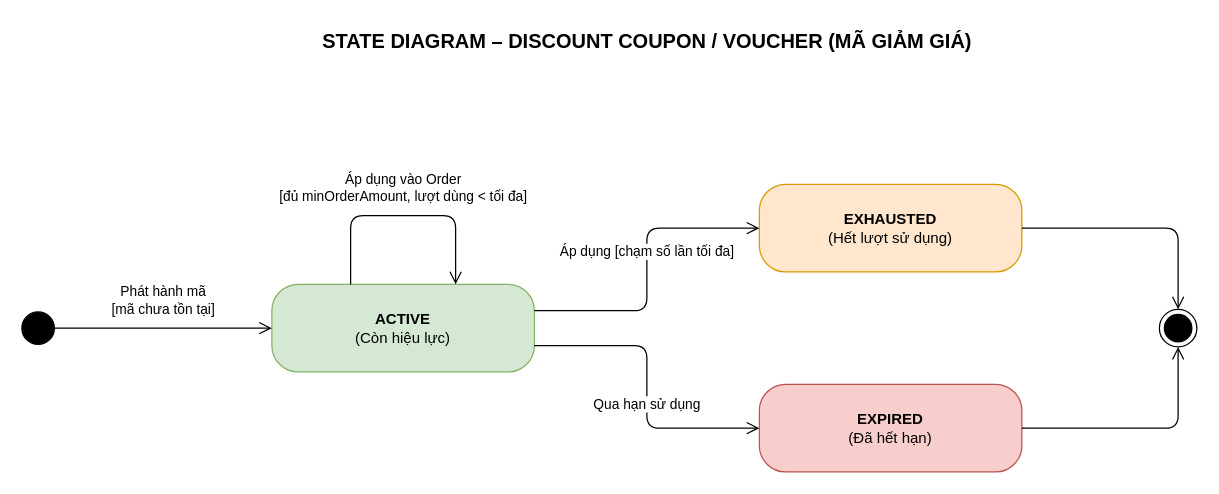
chihai9-dev/quan-ly-nha-sach-ooad keeps this draw.io diagram as docs/diagrams/State diagram/state-discount-coupon.drawio. Above is the earlier version. Source tidied: cells renumbered, new cells numbered last; positions are measured from the earlier drawing's top-left corner, leaving out a move shared by most shapes. Both pictures are drawn from the tidied source at 125%, with x=0, y=0 at pixel (21, 21).
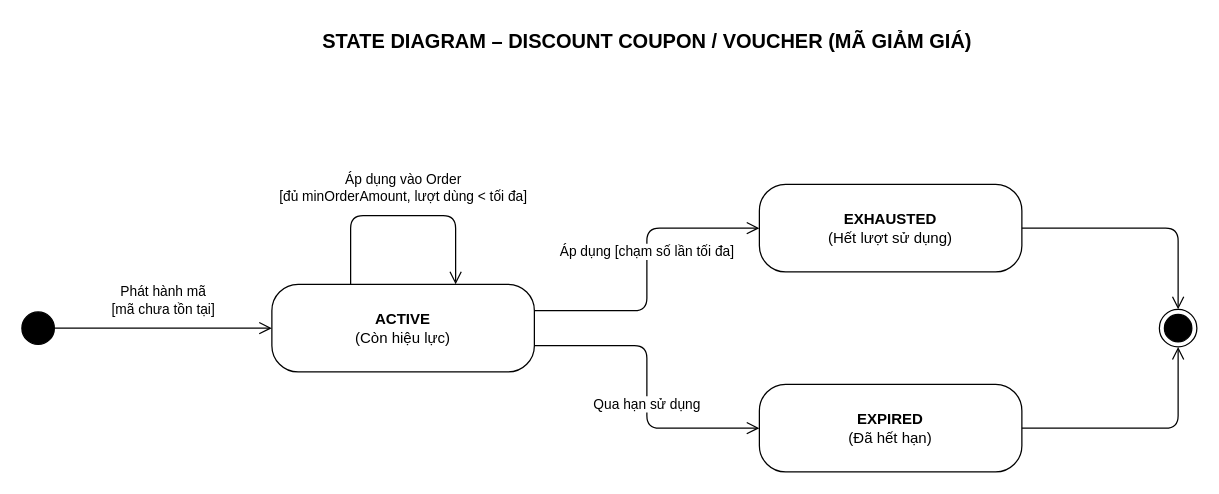
The same page after the edit.

Change to the diagram source:
```diff
@@
 <mxGraphModel>
   <root>
     <mxCell id="0" />
     <mxCell id="1" parent="0" />
     <mxCell id="2" value="&lt;b&gt;STATE DIAGRAM – DISCOUNT COUPON / VOUCHER (MÃ GIẢM GIÁ)&lt;/b&gt;" style="text;html=1;align=center;verticalAlign=middle;fontSize=16;" parent="1" vertex="1">
       <mxGeometry x="150" width="700" height="30" as="geometry" />
     </mxCell>
     <mxCell id="3" style="ellipse;html=1;fillColor=#000000;strokeColor=#000000;" parent="1" vertex="1">
       <mxGeometry y="232" width="26" height="26" as="geometry" />
     </mxCell>
-    <mxCell id="4" value="&lt;b&gt;ACTIVE&lt;/b&gt;&lt;br&gt;(Còn hiệu lực)" style="rounded=1;whiteSpace=wrap;html=1;arcSize=30;fillColor=#d5e8d4;strokeColor=#82b366;" parent="1" vertex="1">
+    <mxCell id="4" value="&lt;b&gt;ACTIVE&lt;/b&gt;&lt;br&gt;(Còn hiệu lực)" style="rounded=1;whiteSpace=wrap;html=1;arcSize=30;fillColor=#ffffff;strokeColor=#000000;" parent="1" vertex="1">
       <mxGeometry x="200" y="210" width="210" height="70" as="geometry" />
     </mxCell>
-    <mxCell id="5" value="&lt;b&gt;EXHAUSTED&lt;/b&gt;&lt;br&gt;(Hết lượt sử dụng)" style="rounded=1;whiteSpace=wrap;html=1;arcSize=30;fillColor=#ffe6cc;strokeColor=#d79b00;" parent="1" vertex="1">
+    <mxCell id="5" value="&lt;b&gt;EXHAUSTED&lt;/b&gt;&lt;br&gt;(Hết lượt sử dụng)" style="rounded=1;whiteSpace=wrap;html=1;arcSize=30;fillColor=#ffffff;strokeColor=#000000;" parent="1" vertex="1">
       <mxGeometry x="590" y="130" width="210" height="70" as="geometry" />
     </mxCell>
-    <mxCell id="6" value="&lt;b&gt;EXPIRED&lt;/b&gt;&lt;br&gt;(Đã hết hạn)" style="rounded=1;whiteSpace=wrap;html=1;arcSize=30;fillColor=#f8cecc;strokeColor=#b85450;" parent="1" vertex="1">
+    <mxCell id="6" value="&lt;b&gt;EXPIRED&lt;/b&gt;&lt;br&gt;(Đã hết hạn)" style="rounded=1;whiteSpace=wrap;html=1;arcSize=30;fillColor=#ffffff;strokeColor=#000000;" parent="1" vertex="1">
       <mxGeometry x="590" y="290" width="210" height="70" as="geometry" />
     </mxCell>
     <mxCell id="7" style="ellipse;html=1;shape=endState;fillColor=#000000;strokeColor=#000000;" parent="1" vertex="1">
       <mxGeometry x="910" y="230" width="30" height="30" as="geometry" />
     </mxCell>
     <mxCell id="8" value="Phát hành mã&lt;br&gt;[mã chưa tồn tại]" style="edgeStyle=orthogonalEdgeStyle;rounded=1;html=1;endArrow=open;endSize=8;fontSize=11;labelBackgroundColor=#ffffff;" parent="1" edge="1" source="3" target="4">
       <mxGeometry relative="1" as="geometry">
         <mxPoint y="-22" as="offset" />
       </mxGeometry>
     </mxCell>
     <mxCell id="9" value="Áp dụng vào Order&lt;br&gt;[đủ minOrderAmount, lượt dùng &amp;lt; tối đa]" style="edgeStyle=orthogonalEdgeStyle;rounded=1;html=1;endArrow=open;endSize=8;exitX=0.3;exitY=0;exitDx=0;exitDy=0;entryX=0.7;entryY=0;entryDx=0;entryDy=0;fontSize=11;labelBackgroundColor=#ffffff;" parent="1" edge="1" source="4" target="4">
       <mxGeometry relative="1" as="geometry">
         <Array as="points">
           <mxPoint x="263" y="155" />
           <mxPoint x="347" y="155" />
         </Array>
         <mxPoint y="-22" as="offset" />
       </mxGeometry>
     </mxCell>
     <mxCell id="10" value="Áp dụng [chạm số lần tối đa]" style="edgeStyle=orthogonalEdgeStyle;rounded=1;html=1;endArrow=open;endSize=8;exitX=1;exitY=0.3;exitDx=0;exitDy=0;entryX=0;entryY=0.5;entryDx=0;entryDy=0;fontSize=11;labelBackgroundColor=#ffffff;" parent="1" edge="1" source="4" target="5">
       <mxGeometry relative="1" as="geometry">
         <mxPoint y="-14" as="offset" />
       </mxGeometry>
     </mxCell>
     <mxCell id="11" value="Qua hạn sử dụng" style="edgeStyle=orthogonalEdgeStyle;rounded=1;html=1;endArrow=open;endSize=8;exitX=1;exitY=0.7;exitDx=0;exitDy=0;entryX=0;entryY=0.5;entryDx=0;entryDy=0;fontSize=11;labelBackgroundColor=#ffffff;" parent="1" edge="1" source="4" target="6">
       <mxGeometry relative="1" as="geometry">
         <mxPoint y="14" as="offset" />
       </mxGeometry>
     </mxCell>
     <mxCell id="12" style="edgeStyle=orthogonalEdgeStyle;rounded=1;html=1;endArrow=open;endSize=8;" parent="1" edge="1" source="5" target="7">
       <mxGeometry relative="1" as="geometry" />
     </mxCell>
     <mxCell id="13" style="edgeStyle=orthogonalEdgeStyle;rounded=1;html=1;endArrow=open;endSize=8;" parent="1" edge="1" source="6" target="7">
       <mxGeometry relative="1" as="geometry" />
     </mxCell>
   </root>
 </mxGraphModel>
```
